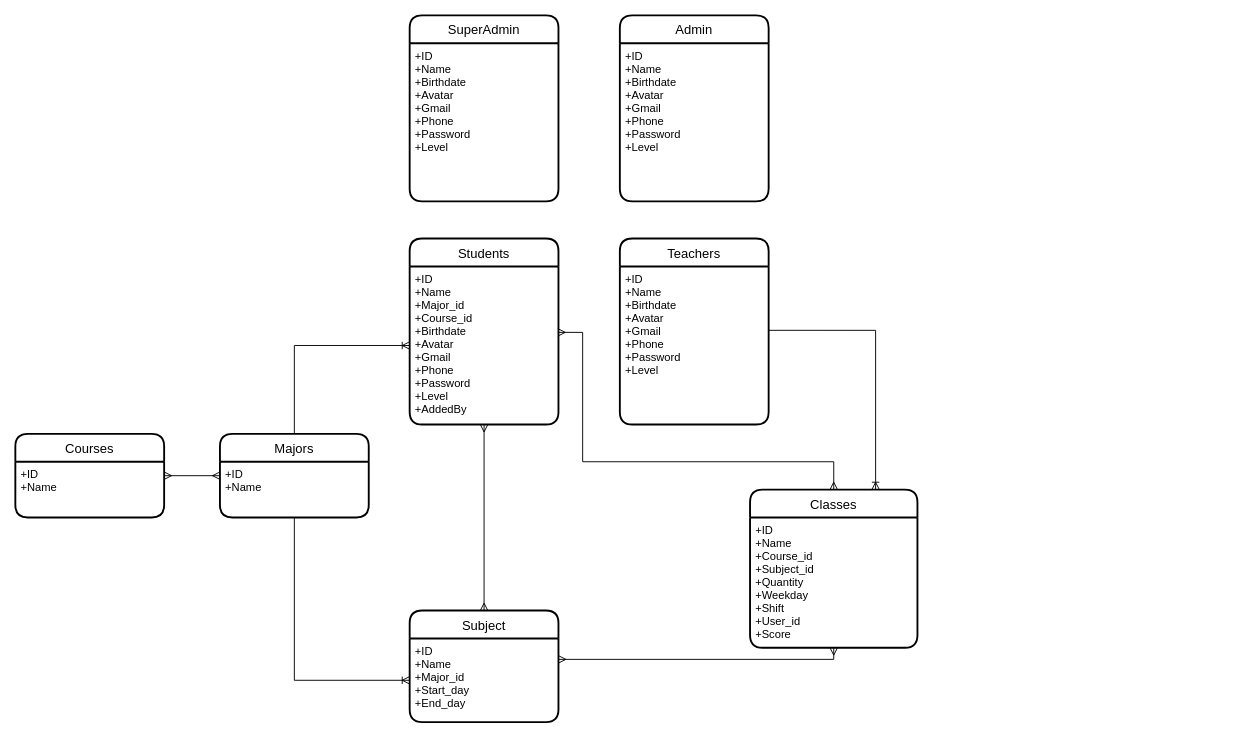
Prox404/doAn2J2schoolTeam21 keeps this draw.io diagram as page "Tổng thể" (1 of 4) of Document/SoDoThucThe.drawio. Above is the earlier version. Source tidied: cells renumbered, new cells numbered last; positions are measured from the earlier drawing's top-left corner, leaving out a move shared by most shapes. Both pictures are drawn from the tidied source at 93%, with x=0, y=0 at pixel (15, 15).
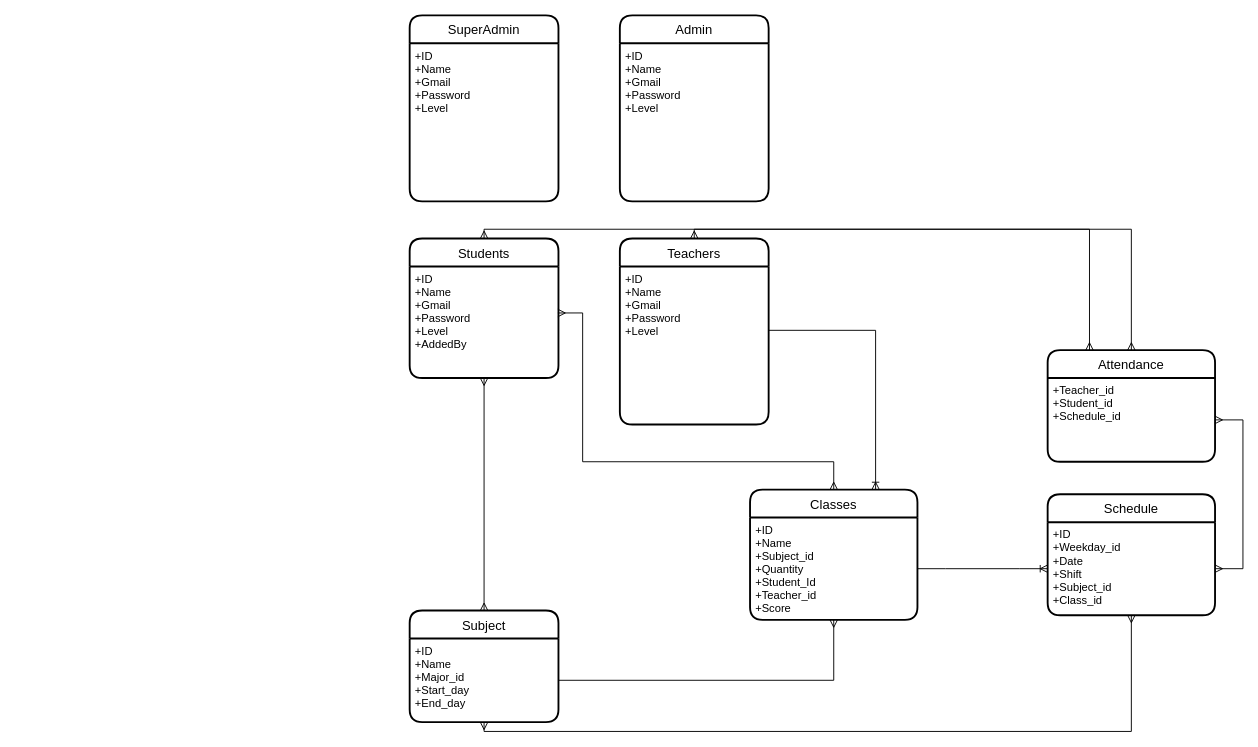
The same diagram, later.

Commit message (it also covers changes not shown here):
Update entity diagram

Update entity diagram

The change refers to these unchanged cells:
```xml
<mxCell id="10" value="+ID&#10;+Name&#10;+Major_id&#10;+Start_day&#10;+End_day" style="align=left;strokeColor=none;fillColor=none;spacingLeft=4;fontSize=12;verticalAlign=top;" parent="9" vertex="1">
  <mxGeometry y="30" width="160" height="90" as="geometry" />
</mxCell>
<mxCell id="16" value="Teachers" style="swimlane;horizontal=1;startSize=30;rounded=1;fontSize=14;fontStyle=0;strokeWidth=2;shadow=0;dashed=0;align=center;" parent="1" vertex="1">
  <mxGeometry x="650" y="240" width="160" height="200" as="geometry" />
</mxCell>
<mxCell id="22" value="SuperAdmin" style="swimlane;horizontal=1;startSize=30;rounded=1;fontSize=14;fontStyle=0;strokeWidth=2;shadow=0;dashed=0;align=center;" parent="1" vertex="1">
  <mxGeometry x="424" width="160" height="200" as="geometry" />
</mxCell>
<mxCell id="24" value="Admin" style="swimlane;horizontal=1;startSize=30;rounded=1;fontSize=14;fontStyle=0;strokeWidth=2;shadow=0;dashed=0;align=center;" parent="1" vertex="1">
  <mxGeometry x="650" width="160" height="200" as="geometry" />
</mxCell>
```

Diff of the diagram source:
```diff
@@
     <mxCell id="2" value="Students" style="swimlane;horizontal=1;startSize=30;rounded=1;fontSize=14;fontStyle=0;strokeWidth=2;shadow=0;dashed=0;align=center;" parent="1" vertex="1">
-      <mxGeometry x="424" y="240" width="160" height="200" as="geometry" />
+      <mxGeometry x="424" y="240" width="160" height="150" as="geometry" />
     </mxCell>
-    <mxCell id="3" value="+ID&#10;+Name&#10;+Major_id&#10;+Course_id&#10;+Birthdate&#10;+Avatar&#10;+Gmail&#10;+Phone&#10;+Password&#10;+Level&#10;+AddedBy" style="align=left;strokeColor=none;fillColor=none;spacingLeft=4;fontSize=12;verticalAlign=top;" parent="2" vertex="1">
-      <mxGeometry y="30" width="160" height="170" as="geometry" />
+    <mxCell id="3" value="+ID&#10;+Name&#10;+Gmail&#10;+Password&#10;+Level&#10;+AddedBy" style="align=left;strokeColor=none;fillColor=none;spacingLeft=4;fontSize=12;verticalAlign=top;" parent="2" vertex="1">
+      <mxGeometry y="30" width="160" height="120" as="geometry" />
     </mxCell>
     <mxCell id="4" value="Classes" style="swimlane;horizontal=1;startSize=30;rounded=1;fontSize=14;fontStyle=0;strokeWidth=2;shadow=0;dashed=0;align=center;" parent="1" vertex="1">
-      <mxGeometry x="790" y="510" width="180" height="170" as="geometry" />
+      <mxGeometry x="790" y="510" width="180" height="140" as="geometry" />
     </mxCell>
@@
-    <mxCell id="6" value="+ID&#10;+Name&#10;+Course_id&#10;+Subject_id&#10;+Quantity&#10;+Weekday&#10;+Shift&#10;+User_id&#10;+Score" style="align=left;strokeColor=none;fillColor=none;spacingLeft=4;fontSize=12;verticalAlign=top;" parent="4" vertex="1">
-      <mxGeometry y="30" width="180" height="140" as="geometry" />
+    <mxCell id="6" value="+ID&#10;+Name&#10;+Subject_id&#10;+Quantity&#10;+Student_Id&#10;+Teacher_id&#10;+Score" style="align=left;strokeColor=none;fillColor=none;spacingLeft=4;fontSize=12;verticalAlign=top;" parent="4" vertex="1">
+      <mxGeometry y="30" width="180" height="110" as="geometry" />
     </mxCell>
-    <mxCell id="7" value="Majors" style="swimlane;horizontal=1;startSize=30;rounded=1;fontSize=14;fontStyle=0;strokeWidth=2;shadow=0;dashed=0;align=center;" parent="1" vertex="1">
-      <mxGeometry x="220" y="450" width="160" height="90" as="geometry" />
-    </mxCell>
-    <mxCell id="8" value="+ID&#10;+Name" style="align=left;strokeColor=none;fillColor=none;spacingLeft=4;fontSize=12;verticalAlign=top;" parent="7" vertex="1">
-      <mxGeometry y="30" width="160" height="60" as="geometry" />
-    </mxCell>
@@
     <mxCell id="11" style="edgeStyle=orthogonalEdgeStyle;fontSize=12;html=1;endArrow=ERmany;startArrow=ERmany;rounded=0;entryX=0.5;entryY=0;entryDx=0;entryDy=0;exitX=0.996;exitY=0.417;exitDx=0;exitDy=0;exitPerimeter=0;" parent="1" edge="1" source="3" target="4">
       <mxGeometry relative="1" as="geometry">
         <Array as="points">
-          <mxPoint x="610" y="341" />
+          <mxPoint x="610" y="320" />
           <mxPoint x="610" y="480" />
           <mxPoint x="880" y="480" />
         </Array>
       </mxGeometry>
     </mxCell>
-    <mxCell id="12" style="edgeStyle=orthogonalEdgeStyle;fontSize=12;html=1;endArrow=ERoneToMany;rounded=0;exitX=0.5;exitY=1;exitDx=0;exitDy=0;entryX=0;entryY=0.5;entryDx=0;entryDy=0;" parent="1" edge="1" source="8" target="10">
-      <mxGeometry relative="1" as="geometry" />
-    </mxCell>
-    <mxCell id="13" style="edgeStyle=orthogonalEdgeStyle;fontSize=12;html=1;endArrow=ERoneToMany;rounded=0;exitX=0.5;exitY=0;exitDx=0;exitDy=0;entryX=0;entryY=0.5;entryDx=0;entryDy=0;" parent="1" edge="1" source="7" target="3">
-      <mxGeometry relative="1" as="geometry" />
-    </mxCell>
-    <mxCell id="14" style="edgeStyle=orthogonalEdgeStyle;fontSize=12;html=1;endArrow=ERmany;startArrow=ERmany;rounded=0;exitX=1;exitY=0.25;exitDx=0;exitDy=0;entryX=0.5;entryY=1;entryDx=0;entryDy=0;" parent="1" edge="1" source="10" target="6">
-      <mxGeometry relative="1" as="geometry" />
-    </mxCell>
@@
-    <mxCell id="17" value="+ID&#10;+Name&#10;+Birthdate&#10;+Avatar&#10;+Gmail&#10;+Phone&#10;+Password&#10;+Level" style="align=left;strokeColor=none;fillColor=none;spacingLeft=4;fontSize=12;verticalAlign=top;" parent="16" vertex="1">
+    <mxCell id="17" value="+ID&#10;+Name&#10;+Gmail&#10;+Password&#10;+Level" style="align=left;strokeColor=none;fillColor=none;spacingLeft=4;fontSize=12;verticalAlign=top;" parent="16" vertex="1">
       <mxGeometry y="30" width="160" height="170" as="geometry" />
     </mxCell>
@@
-    <mxCell id="19" value="Courses" style="swimlane;horizontal=1;startSize=30;rounded=1;fontSize=14;fontStyle=0;strokeWidth=2;shadow=0;dashed=0;align=center;" parent="1" vertex="1">
-      <mxGeometry y="450" width="160" height="90" as="geometry" />
-    </mxCell>
-    <mxCell id="20" value="+ID&#10;+Name&#10;" style="align=left;strokeColor=none;fillColor=none;spacingLeft=4;fontSize=12;verticalAlign=top;" parent="19" vertex="1">
-      <mxGeometry y="30" width="160" height="60" as="geometry" />
-    </mxCell>
-    <mxCell id="21" style="fontSize=12;html=1;endArrow=ERmany;startArrow=ERmany;rounded=0;exitX=1;exitY=0.25;exitDx=0;exitDy=0;entryX=0;entryY=0.25;entryDx=0;entryDy=0;" parent="1" edge="1" source="20" target="8">
-      <mxGeometry relative="1" as="geometry" />
-    </mxCell>
@@
-    <mxCell id="23" value="+ID&#10;+Name&#10;+Birthdate&#10;+Avatar&#10;+Gmail&#10;+Phone&#10;+Password&#10;+Level" style="align=left;strokeColor=none;fillColor=none;spacingLeft=4;fontSize=12;verticalAlign=top;" parent="22" vertex="1">
+    <mxCell id="23" value="+ID&#10;+Name&#10;+Gmail&#10;+Password&#10;+Level" style="align=left;strokeColor=none;fillColor=none;spacingLeft=4;fontSize=12;verticalAlign=top;" parent="22" vertex="1">
       <mxGeometry y="30" width="160" height="170" as="geometry" />
     </mxCell>
@@
-    <mxCell id="25" value="+ID&#10;+Name&#10;+Birthdate&#10;+Avatar&#10;+Gmail&#10;+Phone&#10;+Password&#10;+Level" style="align=left;strokeColor=none;fillColor=none;spacingLeft=4;fontSize=12;verticalAlign=top;" parent="24" vertex="1">
+    <mxCell id="25" value="+ID&#10;+Name&#10;+Gmail&#10;+Password&#10;+Level" style="align=left;strokeColor=none;fillColor=none;spacingLeft=4;fontSize=12;verticalAlign=top;" parent="24" vertex="1">
       <mxGeometry y="30" width="160" height="170" as="geometry" />
     </mxCell>
+    <mxCell id="14" style="edgeStyle=orthogonalEdgeStyle;fontSize=12;html=1;endArrow=ERmany;rounded=0;exitX=1;exitY=0.5;exitDx=0;exitDy=0;entryX=0.5;entryY=1;entryDx=0;entryDy=0;" parent="1" edge="1" source="10" target="6">
+      <mxGeometry relative="1" as="geometry" />
+    </mxCell>
+    <mxCell id="26" value="Schedule" style="swimlane;horizontal=1;startSize=30;rounded=1;fontSize=14;fontStyle=0;strokeWidth=2;shadow=0;dashed=0;align=center;" parent="1" vertex="1">
+      <mxGeometry x="1110" y="515" width="180" height="130" as="geometry" />
+    </mxCell>
+    <mxCell id="27" value="+ID&#10;+Weekday_id&#10;+Date&#10;+Shift&#10;+Subject_id&#10;+Class_id" style="align=left;strokeColor=none;fillColor=none;spacingLeft=4;fontSize=12;verticalAlign=top;" parent="26" vertex="1">
+      <mxGeometry y="30" width="180" height="100" as="geometry" />
+    </mxCell>
+    <mxCell id="28" style="edgeStyle=entityRelationEdgeStyle;fontSize=12;html=1;endArrow=ERoneToMany;rounded=0;exitX=1;exitY=0.5;exitDx=0;exitDy=0;entryX=0;entryY=0.5;entryDx=0;entryDy=0;" parent="1" edge="1" source="6" target="27">
+      <mxGeometry relative="1" as="geometry" />
+    </mxCell>
+    <mxCell id="29" style="edgeStyle=orthogonalEdgeStyle;fontSize=12;html=1;endArrow=ERmany;startArrow=ERmany;rounded=0;exitX=0.5;exitY=1;exitDx=0;exitDy=0;entryX=0.5;entryY=1;entryDx=0;entryDy=0;" parent="1" edge="1" source="10" target="27">
+      <mxGeometry relative="1" as="geometry" />
+    </mxCell>
+    <mxCell id="30" value="Attendance" style="swimlane;horizontal=1;startSize=30;rounded=1;fontSize=14;fontStyle=0;strokeWidth=2;shadow=0;dashed=0;align=center;" parent="1" vertex="1">
+      <mxGeometry x="1110" y="360" width="180" height="120" as="geometry" />
+    </mxCell>
+    <mxCell id="31" value="+Teacher_id&#10;+Student_id&#10;+Schedule_id" style="align=left;strokeColor=none;fillColor=none;spacingLeft=4;fontSize=12;verticalAlign=top;" parent="30" vertex="1">
+      <mxGeometry y="30" width="180" height="90" as="geometry" />
+    </mxCell>
+    <mxCell id="32" style="edgeStyle=orthogonalEdgeStyle;fontSize=12;html=1;endArrow=ERmany;startArrow=ERmany;rounded=0;exitX=0.5;exitY=0;exitDx=0;exitDy=0;entryX=0.25;entryY=0;entryDx=0;entryDy=0;" parent="1" edge="1" source="2" target="30">
+      <mxGeometry relative="1" as="geometry" />
+    </mxCell>
+    <mxCell id="33" style="edgeStyle=orthogonalEdgeStyle;fontSize=12;html=1;endArrow=ERmany;startArrow=ERmany;rounded=0;exitX=0.5;exitY=0;exitDx=0;exitDy=0;entryX=0.5;entryY=0;entryDx=0;entryDy=0;" parent="1" edge="1" source="16" target="30">
+      <mxGeometry relative="1" as="geometry">
+        <Array as="points">
+          <mxPoint x="730" y="230" />
+          <mxPoint x="1200" y="230" />
+        </Array>
+      </mxGeometry>
+    </mxCell>
+    <mxCell id="34" style="edgeStyle=entityRelationEdgeStyle;fontSize=12;html=1;endArrow=ERmany;startArrow=ERmany;rounded=0;exitX=1;exitY=0.5;exitDx=0;exitDy=0;entryX=1;entryY=0.5;entryDx=0;entryDy=0;" parent="1" edge="1" source="27" target="31">
+      <mxGeometry relative="1" as="geometry" />
+    </mxCell>
```
